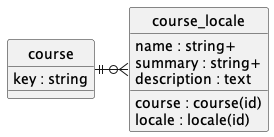
contactopensource/contactopensource keeps this PlantUML diagram as doc/concepts/course/uml.png. Above is the earlier version.
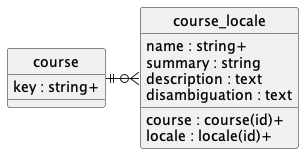
After the commit.

What changed in the source:
```diff
@@ -4,15 +4,16 @@
 hide circle
 
 entity course {
-    key : string
+    key : string+
 }
 
 entity course_locale {
-    course : course(id)
-    locale : locale(id)
+    course : course(id)+
+    locale : locale(id)+
     name : string+
-    summary : string+
+    summary : string
     description : text
+    disambiguation : text
 }
 
 course ||-r-o{ course_locale
```
